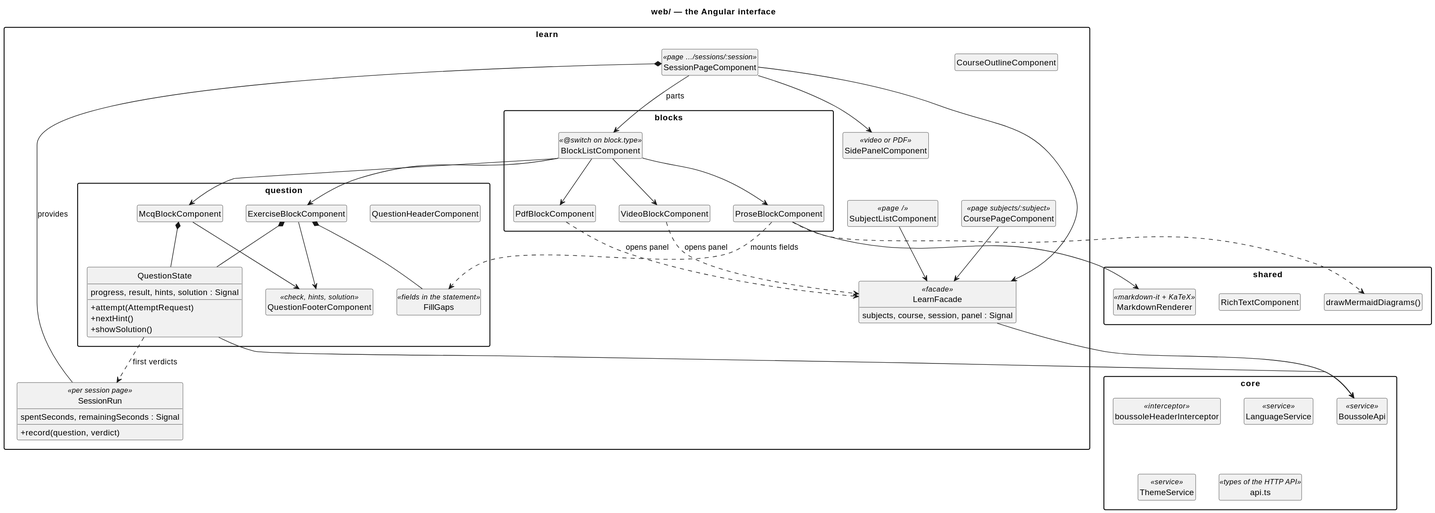
lucasssoh/Boussole keeps this PlantUML diagram as docs/diagrams/80-web.svg. Above is the earlier version.
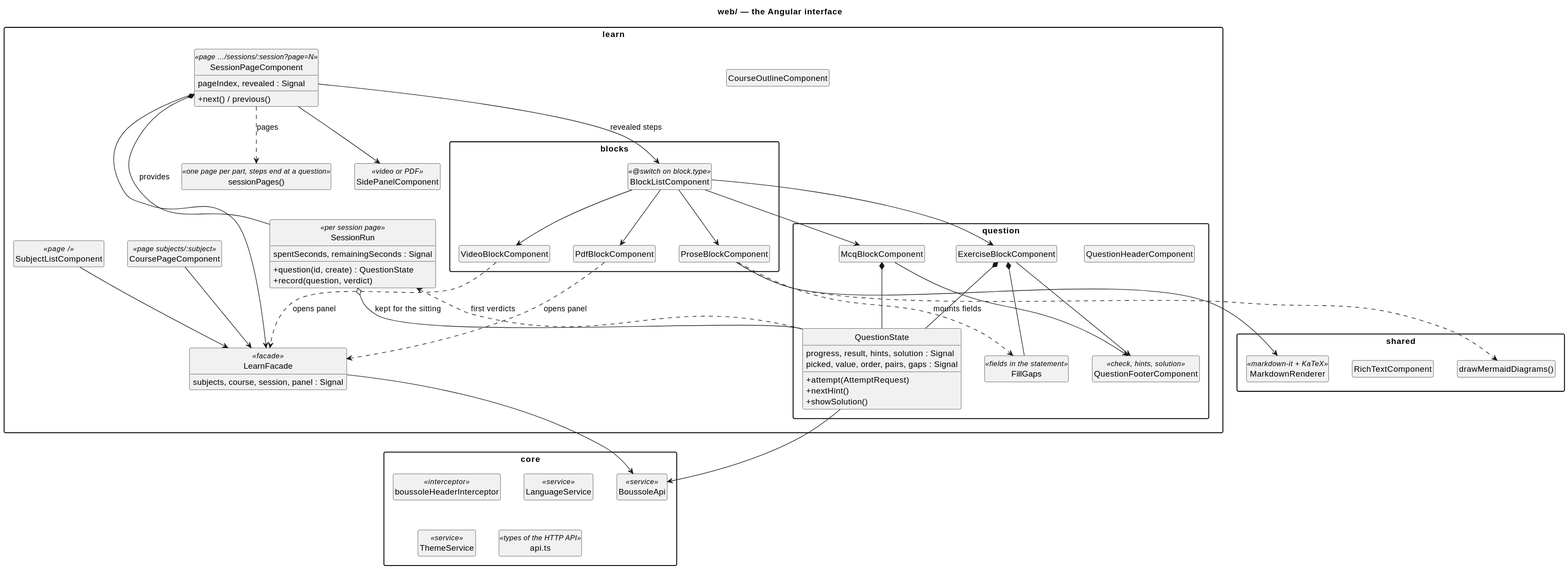
After the commit.

Diff of the diagram source:
```diff
@@ -21,11 +21,16 @@
   }
   class SessionRun <<per session page>> {
     spentSeconds, remainingSeconds : Signal
+    +question(id, create) : QuestionState
     +record(question, verdict)
   }
   class SubjectListComponent <<page />>
   class CoursePageComponent <<page subjects/:subject>>
-  class SessionPageComponent <<page …/sessions/:session>>
+  class SessionPageComponent <<page …/sessions/:session?page=N>> {
+    pageIndex, revealed : Signal
+    +next() / previous()
+  }
+  class "sessionPages()" as SessionPages <<one page per part, steps end at a question>>
   class CourseOutlineComponent
   class SidePanelComponent <<video or PDF>>
 }
@@ -44,6 +49,7 @@
   class QuestionHeaderComponent
   class QuestionState {
     progress, result, hints, solution : Signal
+    picked, value, order, pairs, gaps : Signal
     +attempt(AttemptRequest)
     +nextHint()
     +showSolution()
@@ -61,7 +67,9 @@
 CoursePageComponent --> LearnFacade
 SessionPageComponent --> LearnFacade
 SessionPageComponent *-- SessionRun : provides
-SessionPageComponent --> BlockListComponent : parts
+SessionPageComponent ..> SessionPages : pages
+SessionPageComponent --> BlockListComponent : revealed steps
+SessionRun o-- QuestionState : kept for the sitting
 SessionPageComponent --> SidePanelComponent
 LearnFacade --> BoussoleApi
 BlockListComponent --> ProseBlockComponent
```
